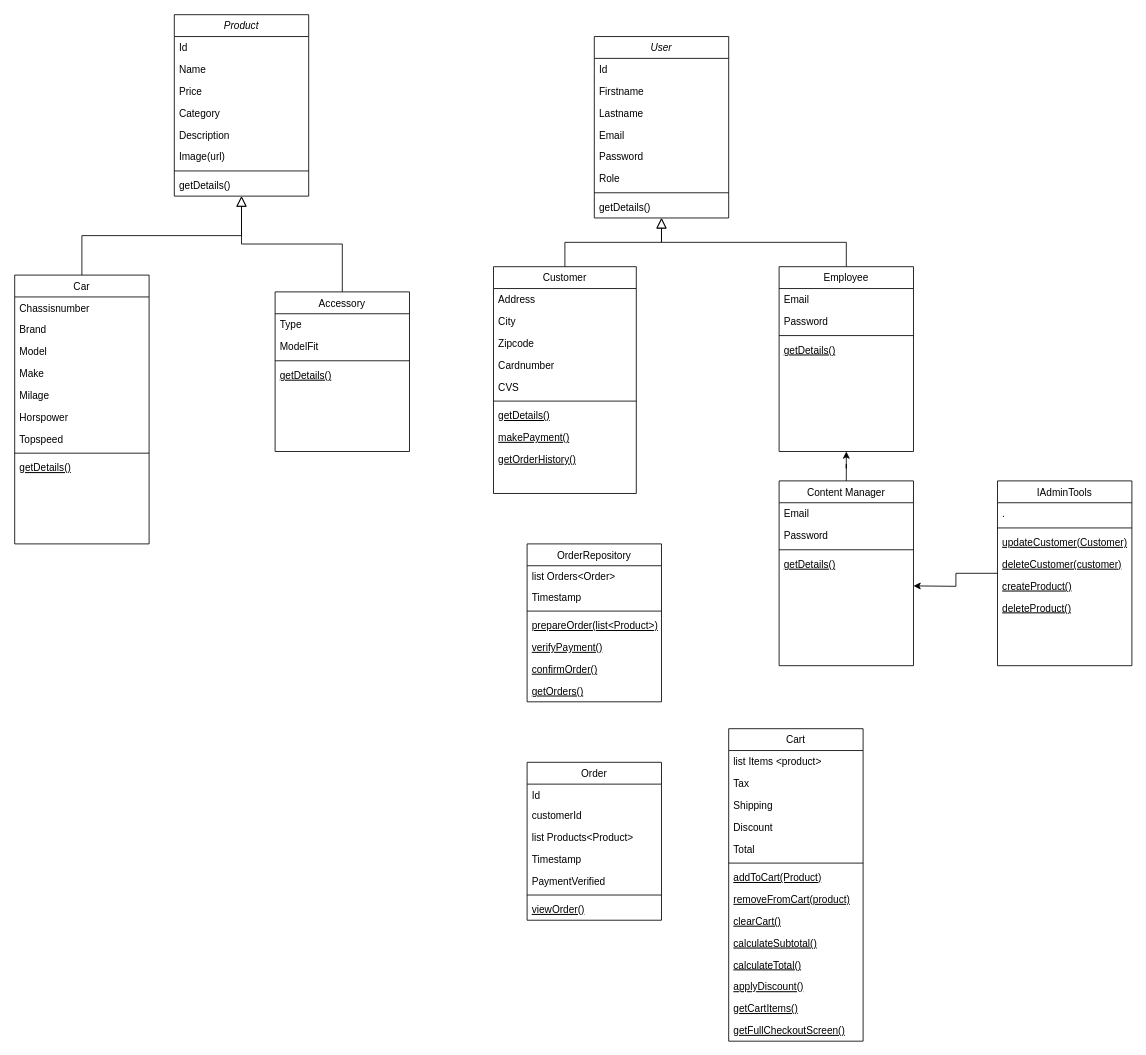
Before: Documentation/Design (visual)/Class diagram.drawio in Appohh/BMW_webshop, a draw.io diagram. Source tidied: cells renumbered, new cells numbered last; positions are measured from the earlier drawing's top-left corner, leaving out a move shared by most shapes. Both pictures are drawn from the tidied source at 84%, with x=0, y=0 at pixel (14, 14).
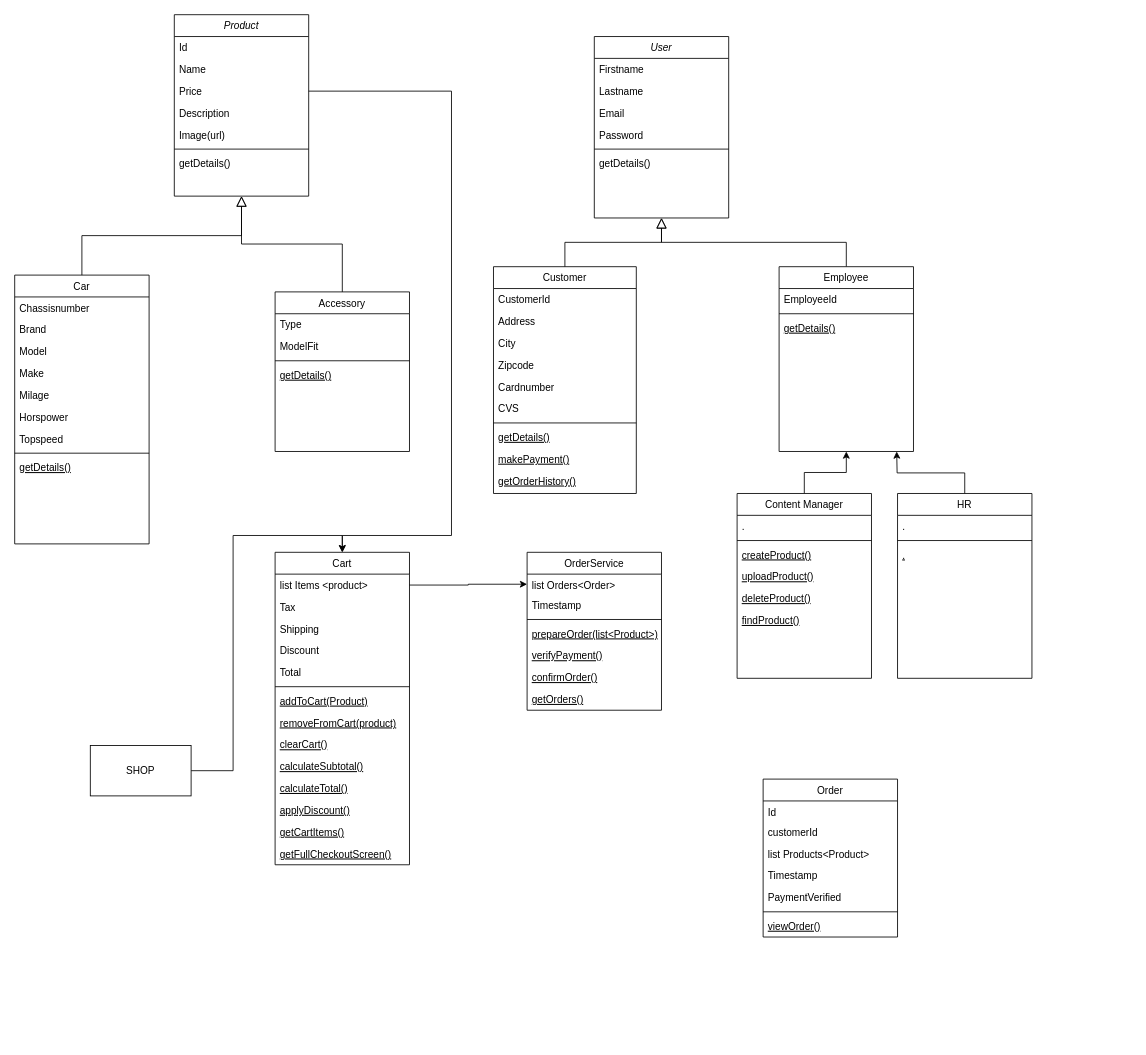
After the change.

Unchanged cells that the change refers to:
```xml
<mxCell id="2" value="Product" style="swimlane;fontStyle=2;align=center;verticalAlign=top;horizontal=1;startSize=26;rounded=0;shadow=0;strokeWidth=1;" parent="1" vertex="1">
  <mxGeometry x="190" width="160" height="216" as="geometry" />
</mxCell>
<mxCell id="5" value="Price" style="text;align=left;verticalAlign=top;spacingLeft=4;spacingRight=4;overflow=hidden;points=[[0,0.5],[1,0.5]];portConstraint=eastwest;rounded=0;shadow=0;html=0;" parent="2" vertex="1">
  <mxGeometry y="78" width="160" height="26" as="geometry" />
</mxCell>
<mxCell id="23" value="User" style="swimlane;fontStyle=2;align=center;verticalAlign=top;horizontal=1;startSize=26;rounded=0;shadow=0;strokeWidth=1;" parent="1" vertex="1">
  <mxGeometry x="690" y="26" width="160" height="216" as="geometry" />
</mxCell>
<mxCell id="32" value="Customer" style="swimlane;fontStyle=0;align=center;verticalAlign=top;horizontal=1;startSize=26;rounded=0;shadow=0;strokeWidth=1;" parent="1" vertex="1">
  <mxGeometry x="570" y="300" width="170" height="270" as="geometry" />
</mxCell>
<mxCell id="49" value="Employee" style="swimlane;fontStyle=0;align=center;verticalAlign=top;horizontal=1;startSize=26;rounded=0;shadow=0;strokeWidth=1;" parent="1" vertex="1">
  <mxGeometry x="910" y="300" width="160" height="220" as="geometry" />
</mxCell>
<mxCell id="63" value="list Items &lt;product&gt;" style="text;align=left;verticalAlign=top;spacingLeft=4;spacingRight=4;overflow=hidden;points=[[0,0.5],[1,0.5]];portConstraint=eastwest;" parent="62" vertex="1">
  <mxGeometry y="26" width="160" height="26" as="geometry" />
</mxCell>
<mxCell id="78" value="list Orders&lt;Order&gt;" style="text;align=left;verticalAlign=top;spacingLeft=4;spacingRight=4;overflow=hidden;points=[[0,0.5],[1,0.5]];portConstraint=eastwest;" parent="77" vertex="1">
  <mxGeometry y="26" width="160" height="24" as="geometry" />
</mxCell>
```

Diff of the diagram source:
```diff
@@
-    <mxCell id="6" value="Category" style="text;align=left;verticalAlign=top;spacingLeft=4;spacingRight=4;overflow=hidden;rounded=0;shadow=0;html=0;" parent="2" vertex="1">
-      <mxGeometry y="104" width="160" height="26" as="geometry" />
-    </mxCell>
     <mxCell id="7" value="Description" style="text;align=left;verticalAlign=top;spacingLeft=4;spacingRight=4;overflow=hidden;rounded=0;shadow=0;html=0;" parent="2" vertex="1">
-      <mxGeometry y="130" width="160" height="26" as="geometry" />
+      <mxGeometry y="104" width="160" height="26" as="geometry" />
     </mxCell>
     <mxCell id="8" value="Image(url)" style="text;align=left;verticalAlign=top;spacingLeft=4;spacingRight=4;overflow=hidden;rounded=0;shadow=0;html=0;" parent="2" vertex="1">
-      <mxGeometry y="156" width="160" height="26" as="geometry" />
+      <mxGeometry y="130" width="160" height="26" as="geometry" />
     </mxCell>
     <mxCell id="9" style="line;html=1;strokeWidth=1;align=left;verticalAlign=middle;spacingTop=-1;spacingLeft=3;spacingRight=3;labelPosition=right;" parent="2" vertex="1">
-      <mxGeometry y="182" width="160" height="8" as="geometry" />
+      <mxGeometry y="156" width="160" height="8" as="geometry" />
     </mxCell>
     <mxCell id="10" value="getDetails()" style="text;align=left;verticalAlign=top;spacingLeft=4;spacingRight=4;overflow=hidden;" parent="2" vertex="1">
-      <mxGeometry y="190" width="160" height="26" as="geometry" />
+      <mxGeometry y="164" width="160" height="26" as="geometry" />
     </mxCell>
@@
-    <mxCell id="24" value="Id" style="text;align=left;verticalAlign=top;spacingLeft=4;spacingRight=4;overflow=hidden;" parent="23" vertex="1">
-      <mxGeometry y="26" width="160" height="26" as="geometry" />
-    </mxCell>
     <mxCell id="25" value="Firstname" style="text;align=left;verticalAlign=top;spacingLeft=4;spacingRight=4;overflow=hidden;rounded=0;shadow=0;html=0;" parent="23" vertex="1">
-      <mxGeometry y="52" width="160" height="26" as="geometry" />
+      <mxGeometry y="26" width="160" height="26" as="geometry" />
     </mxCell>
     <mxCell id="26" value="Lastname" style="text;align=left;verticalAlign=top;spacingLeft=4;spacingRight=4;overflow=hidden;rounded=0;shadow=0;html=0;" parent="23" vertex="1">
-      <mxGeometry y="78" width="160" height="26" as="geometry" />
+      <mxGeometry y="52" width="160" height="26" as="geometry" />
     </mxCell>
     <mxCell id="27" value="Email" style="text;align=left;verticalAlign=top;spacingLeft=4;spacingRight=4;overflow=hidden;rounded=0;shadow=0;html=0;" parent="23" vertex="1">
-      <mxGeometry y="104" width="160" height="26" as="geometry" />
+      <mxGeometry y="78" width="160" height="26" as="geometry" />
     </mxCell>
     <mxCell id="28" value="Password" style="text;align=left;verticalAlign=top;spacingLeft=4;spacingRight=4;overflow=hidden;rounded=0;shadow=0;html=0;" parent="23" vertex="1">
-      <mxGeometry y="130" width="160" height="26" as="geometry" />
+      <mxGeometry y="104" width="160" height="26" as="geometry" />
     </mxCell>
-    <mxCell id="29" value="Role" style="text;align=left;verticalAlign=top;spacingLeft=4;spacingRight=4;overflow=hidden;rounded=0;shadow=0;html=0;" parent="23" vertex="1">
-      <mxGeometry y="156" width="160" height="26" as="geometry" />
-    </mxCell>
     <mxCell id="30" style="line;html=1;strokeWidth=1;align=left;verticalAlign=middle;spacingTop=-1;spacingLeft=3;spacingRight=3;labelPosition=right;" parent="23" vertex="1">
-      <mxGeometry y="182" width="160" height="8" as="geometry" />
+      <mxGeometry y="130" width="160" height="8" as="geometry" />
     </mxCell>
     <mxCell id="31" value="getDetails()" style="text;align=left;verticalAlign=top;spacingLeft=4;spacingRight=4;overflow=hidden;" parent="23" vertex="1">
-      <mxGeometry y="190" width="160" height="26" as="geometry" />
+      <mxGeometry y="138" width="160" height="26" as="geometry" />
     </mxCell>
@@
-    <mxCell id="33" value="Address" style="text;align=left;verticalAlign=top;spacingLeft=4;spacingRight=4;overflow=hidden;rounded=0;shadow=0;html=0;" parent="32" vertex="1">
+    <mxCell id="33" value="CustomerId" style="text;align=left;verticalAlign=top;spacingLeft=4;spacingRight=4;overflow=hidden;rounded=0;shadow=0;html=0;" parent="32" vertex="1">
       <mxGeometry y="26" width="170" height="26" as="geometry" />
     </mxCell>
+    <mxCell id="99" value="Address" style="text;align=left;verticalAlign=top;spacingLeft=4;spacingRight=4;overflow=hidden;rounded=0;shadow=0;html=0;" parent="32" vertex="1">
+      <mxGeometry y="52" width="170" height="26" as="geometry" />
+    </mxCell>
     <mxCell id="34" value="City" style="text;align=left;verticalAlign=top;spacingLeft=4;spacingRight=4;overflow=hidden;rounded=0;shadow=0;html=0;" parent="32" vertex="1">
-      <mxGeometry y="52" width="170" height="26" as="geometry" />
+      <mxGeometry y="78" width="170" height="26" as="geometry" />
     </mxCell>
     <mxCell id="35" value="Zipcode" style="text;align=left;verticalAlign=top;spacingLeft=4;spacingRight=4;overflow=hidden;rounded=0;shadow=0;html=0;" parent="32" vertex="1">
-      <mxGeometry y="78" width="170" height="26" as="geometry" />
+      <mxGeometry y="104" width="170" height="26" as="geometry" />
     </mxCell>
     <mxCell id="36" value="Cardnumber" style="text;align=left;verticalAlign=top;spacingLeft=4;spacingRight=4;overflow=hidden;rounded=0;shadow=0;html=0;" parent="32" vertex="1">
-      <mxGeometry y="104" width="170" height="26" as="geometry" />
+      <mxGeometry y="130" width="170" height="26" as="geometry" />
     </mxCell>
     <mxCell id="37" value="CVS" style="text;align=left;verticalAlign=top;spacingLeft=4;spacingRight=4;overflow=hidden;rounded=0;shadow=0;html=0;" parent="32" vertex="1">
-      <mxGeometry y="130" width="170" height="26" as="geometry" />
+      <mxGeometry y="156" width="170" height="26" as="geometry" />
     </mxCell>
     <mxCell id="38" style="line;html=1;strokeWidth=1;align=left;verticalAlign=middle;spacingTop=-1;spacingLeft=3;spacingRight=3;labelPosition=right;" parent="32" vertex="1">
-      <mxGeometry y="156" width="170" height="8" as="geometry" />
+      <mxGeometry y="182" width="170" height="8" as="geometry" />
     </mxCell>
     <mxCell id="39" value="getDetails()" style="text;align=left;verticalAlign=top;spacingLeft=4;spacingRight=4;overflow=hidden;fontStyle=4;" parent="32" vertex="1">
-      <mxGeometry y="164" width="170" height="26" as="geometry" />
+      <mxGeometry y="190" width="170" height="26" as="geometry" />
     </mxCell>
     <mxCell id="40" value="makePayment()" style="text;align=left;verticalAlign=top;spacingLeft=4;spacingRight=4;overflow=hidden;fontStyle=4;" parent="32" vertex="1">
-      <mxGeometry y="190" width="170" height="26" as="geometry" />
+      <mxGeometry y="216" width="170" height="26" as="geometry" />
     </mxCell>
     <mxCell id="41" value="getOrderHistory()" style="text;align=left;verticalAlign=top;spacingLeft=4;spacingRight=4;overflow=hidden;fontStyle=4;" parent="32" vertex="1">
-      <mxGeometry y="216" width="170" height="26" as="geometry" />
+      <mxGeometry y="242" width="170" height="26" as="geometry" />
     </mxCell>
@@
-    <mxCell id="50" value="Email" style="text;align=left;verticalAlign=top;spacingLeft=4;spacingRight=4;overflow=hidden;" parent="49" vertex="1">
+    <mxCell id="50" value="EmployeeId" style="text;align=left;verticalAlign=top;spacingLeft=4;spacingRight=4;overflow=hidden;" parent="49" vertex="1">
       <mxGeometry y="26" width="160" height="26" as="geometry" />
     </mxCell>
-    <mxCell id="51" value="Password" style="text;align=left;verticalAlign=top;spacingLeft=4;spacingRight=4;overflow=hidden;" parent="49" vertex="1">
-      <mxGeometry y="52" width="160" height="26" as="geometry" />
-    </mxCell>
     <mxCell id="52" style="line;html=1;strokeWidth=1;align=left;verticalAlign=middle;spacingTop=-1;spacingLeft=3;spacingRight=3;labelPosition=right;" parent="49" vertex="1">
-      <mxGeometry y="78" width="160" height="8" as="geometry" />
+      <mxGeometry y="52" width="160" height="8" as="geometry" />
     </mxCell>
     <mxCell id="53" value="getDetails()" style="text;align=left;verticalAlign=top;spacingLeft=4;spacingRight=4;overflow=hidden;fontStyle=4;" parent="49" vertex="1">
-      <mxGeometry y="86" width="160" height="26" as="geometry" />
+      <mxGeometry y="60" width="160" height="26" as="geometry" />
     </mxCell>
     <mxCell id="54" value="Order" style="swimlane;fontStyle=0;align=center;verticalAlign=top;horizontal=1;startSize=26;rounded=0;shadow=0;strokeWidth=1;" parent="1" vertex="1">
-      <mxGeometry x="610" y="890" width="160" height="188" as="geometry" />
+      <mxGeometry x="891" y="910" width="160" height="188" as="geometry" />
     </mxCell>
@@
     <mxCell id="62" value="Cart" style="swimlane;fontStyle=0;align=center;verticalAlign=top;horizontal=1;startSize=26;rounded=0;shadow=0;strokeWidth=1;" parent="1" vertex="1">
-      <mxGeometry x="850" y="850" width="160" height="372" as="geometry" />
+      <mxGeometry x="310" y="640" width="160" height="372" as="geometry" />
     </mxCell>
@@
-    <mxCell id="77" value="OrderRepository" style="swimlane;fontStyle=0;align=center;verticalAlign=top;horizontal=1;startSize=26;rounded=0;shadow=0;strokeWidth=1;" parent="1" vertex="1">
-      <mxGeometry x="610" y="630" width="160" height="188" as="geometry" />
+    <mxCell id="77" value="OrderService" style="swimlane;fontStyle=0;align=center;verticalAlign=top;horizontal=1;startSize=26;rounded=0;shadow=0;strokeWidth=1;" parent="1" vertex="1">
+      <mxGeometry x="610" y="640" width="160" height="188" as="geometry" />
     </mxCell>
@@
-    <mxCell id="85" style="edgeStyle=orthogonalEdgeStyle;rounded=0;jettySize=auto;html=1;" parent="1" edge="1" source="86">
-      <mxGeometry relative="1" as="geometry">
-        <mxPoint x="1070" y="680" as="targetPoint" />
-      </mxGeometry>
-    </mxCell>
-    <mxCell id="86" value="IAdminTools" style="swimlane;fontStyle=0;align=center;verticalAlign=top;horizontal=1;startSize=26;rounded=0;shadow=0;strokeWidth=1;" parent="1" vertex="1">
-      <mxGeometry x="1170" y="555" width="160" height="220" as="geometry" />
-    </mxCell>
-    <mxCell id="87" value="." style="text;align=left;verticalAlign=top;spacingLeft=4;spacingRight=4;overflow=hidden;" parent="86" vertex="1">
-      <mxGeometry y="26" width="160" height="26" as="geometry" />
-    </mxCell>
-    <mxCell id="88" style="line;html=1;strokeWidth=1;align=left;verticalAlign=middle;spacingTop=-1;spacingLeft=3;spacingRight=3;labelPosition=right;" parent="86" vertex="1">
-      <mxGeometry y="52" width="160" height="8" as="geometry" />
-    </mxCell>
-    <mxCell id="89" value="updateCustomer(Customer)" style="text;align=left;verticalAlign=top;spacingLeft=4;spacingRight=4;overflow=hidden;fontStyle=4;" parent="86" vertex="1">
-      <mxGeometry y="60" width="160" height="26" as="geometry" />
-    </mxCell>
-    <mxCell id="90" value="deleteCustomer(customer)" style="text;align=left;verticalAlign=top;spacingLeft=4;spacingRight=4;overflow=hidden;fontStyle=4;" parent="86" vertex="1">
-      <mxGeometry y="86" width="160" height="26" as="geometry" />
-    </mxCell>
-    <mxCell id="91" value="createProduct()" style="text;align=left;verticalAlign=top;spacingLeft=4;spacingRight=4;overflow=hidden;fontStyle=4;" parent="86" vertex="1">
-      <mxGeometry y="112" width="160" height="26" as="geometry" />
-    </mxCell>
-    <mxCell id="92" value="deleteProduct()" style="text;align=left;verticalAlign=top;spacingLeft=4;spacingRight=4;overflow=hidden;fontStyle=4;" parent="86" vertex="1">
-      <mxGeometry y="138" width="160" height="26" as="geometry" />
-    </mxCell>
@@
     <mxCell id="94" value="Content Manager" style="swimlane;fontStyle=0;align=center;verticalAlign=top;horizontal=1;startSize=26;rounded=0;shadow=0;strokeWidth=1;" parent="1" vertex="1">
-      <mxGeometry x="910" y="555" width="160" height="220" as="geometry" />
+      <mxGeometry x="860" y="570" width="160" height="220" as="geometry" />
     </mxCell>
-    <mxCell id="95" value="Email" style="text;align=left;verticalAlign=top;spacingLeft=4;spacingRight=4;overflow=hidden;" parent="94" vertex="1">
+    <mxCell id="95" value="." style="text;align=left;verticalAlign=top;spacingLeft=4;spacingRight=4;overflow=hidden;" parent="94" vertex="1">
       <mxGeometry y="26" width="160" height="26" as="geometry" />
     </mxCell>
-    <mxCell id="96" value="Password" style="text;align=left;verticalAlign=top;spacingLeft=4;spacingRight=4;overflow=hidden;" parent="94" vertex="1">
-      <mxGeometry y="52" width="160" height="26" as="geometry" />
-    </mxCell>
     <mxCell id="97" style="line;html=1;strokeWidth=1;align=left;verticalAlign=middle;spacingTop=-1;spacingLeft=3;spacingRight=3;labelPosition=right;" parent="94" vertex="1">
-      <mxGeometry y="78" width="160" height="8" as="geometry" />
+      <mxGeometry y="52" width="160" height="8" as="geometry" />
     </mxCell>
+    <mxCell id="91" value="createProduct()" style="text;align=left;verticalAlign=top;spacingLeft=4;spacingRight=4;overflow=hidden;fontStyle=4;" parent="94" vertex="1">
+      <mxGeometry y="60" width="160" height="26" as="geometry" />
+    </mxCell>
+    <mxCell id="100" value="uploadProduct()" style="text;align=left;verticalAlign=top;spacingLeft=4;spacingRight=4;overflow=hidden;fontStyle=4;" parent="94" vertex="1">
+      <mxGeometry y="86" width="160" height="26" as="geometry" />
+    </mxCell>
+    <mxCell id="92" value="deleteProduct()" style="text;align=left;verticalAlign=top;spacingLeft=4;spacingRight=4;overflow=hidden;fontStyle=4;" parent="94" vertex="1">
+      <mxGeometry y="112" width="160" height="26" as="geometry" />
+    </mxCell>
-    <mxCell id="98" value="getDetails()" style="text;align=left;verticalAlign=top;spacingLeft=4;spacingRight=4;overflow=hidden;fontStyle=4;" parent="94" vertex="1">
-      <mxGeometry y="86" width="160" height="26" as="geometry" />
+    <mxCell id="98" value="findProduct()" style="text;align=left;verticalAlign=top;spacingLeft=4;spacingRight=4;overflow=hidden;fontStyle=4;" parent="94" vertex="1">
+      <mxGeometry y="138" width="160" height="26" as="geometry" />
     </mxCell>
+    <mxCell id="101" style="edgeStyle=orthogonalEdgeStyle;rounded=0;jettySize=auto;html=1;" parent="1" edge="1" source="102">
+      <mxGeometry relative="1" as="geometry">
+        <mxPoint x="1050" y="520" as="targetPoint" />
+      </mxGeometry>
+    </mxCell>
+    <mxCell id="102" value="HR" style="swimlane;fontStyle=0;align=center;verticalAlign=top;horizontal=1;startSize=26;rounded=0;shadow=0;strokeWidth=1;" parent="1" vertex="1">
+      <mxGeometry x="1051" y="570" width="160" height="220" as="geometry" />
+    </mxCell>
+    <mxCell id="87" value="." style="text;align=left;verticalAlign=top;spacingLeft=4;spacingRight=4;overflow=hidden;" parent="102" vertex="1">
+      <mxGeometry y="26" width="160" height="26" as="geometry" />
+    </mxCell>
+    <mxCell id="88" style="line;html=1;strokeWidth=1;align=left;verticalAlign=middle;spacingTop=-1;spacingLeft=3;spacingRight=3;labelPosition=right;" parent="102" vertex="1">
+      <mxGeometry y="52" width="160" height="8" as="geometry" />
+    </mxCell>
+    <mxCell id="103" value="." style="text;align=left;verticalAlign=top;spacingLeft=4;spacingRight=4;overflow=hidden;fontStyle=4;" parent="102" vertex="1">
+      <mxGeometry y="60" width="160" height="26" as="geometry" />
+    </mxCell>
+    <mxCell id="104" style="edgeStyle=orthogonalEdgeStyle;rounded=0;jettySize=auto;html=1;entryX=0.5;entryY=0;entryDx=0;entryDy=0;" parent="1" edge="1" source="5" target="62">
+      <mxGeometry relative="1" as="geometry">
+        <Array as="points">
+          <mxPoint x="520" y="91" />
+          <mxPoint x="520" y="620" />
+          <mxPoint x="390" y="620" />
+        </Array>
+      </mxGeometry>
+    </mxCell>
+    <mxCell id="105" style="edgeStyle=orthogonalEdgeStyle;rounded=0;jettySize=auto;html=1;entryX=0.5;entryY=0;entryDx=0;entryDy=0;" parent="1" edge="1" source="106" target="62">
+      <mxGeometry relative="1" as="geometry" />
+    </mxCell>
+    <mxCell id="106" value="SHOP" style="rounded=0;whiteSpace=wrap;html=1;" parent="1" vertex="1">
+      <mxGeometry x="90" y="870" width="120" height="60" as="geometry" />
+    </mxCell>
+    <mxCell id="107" style="edgeStyle=orthogonalEdgeStyle;rounded=0;jettySize=auto;html=1;" parent="1" edge="1" source="63" target="78">
+      <mxGeometry relative="1" as="geometry" />
+    </mxCell>
```
